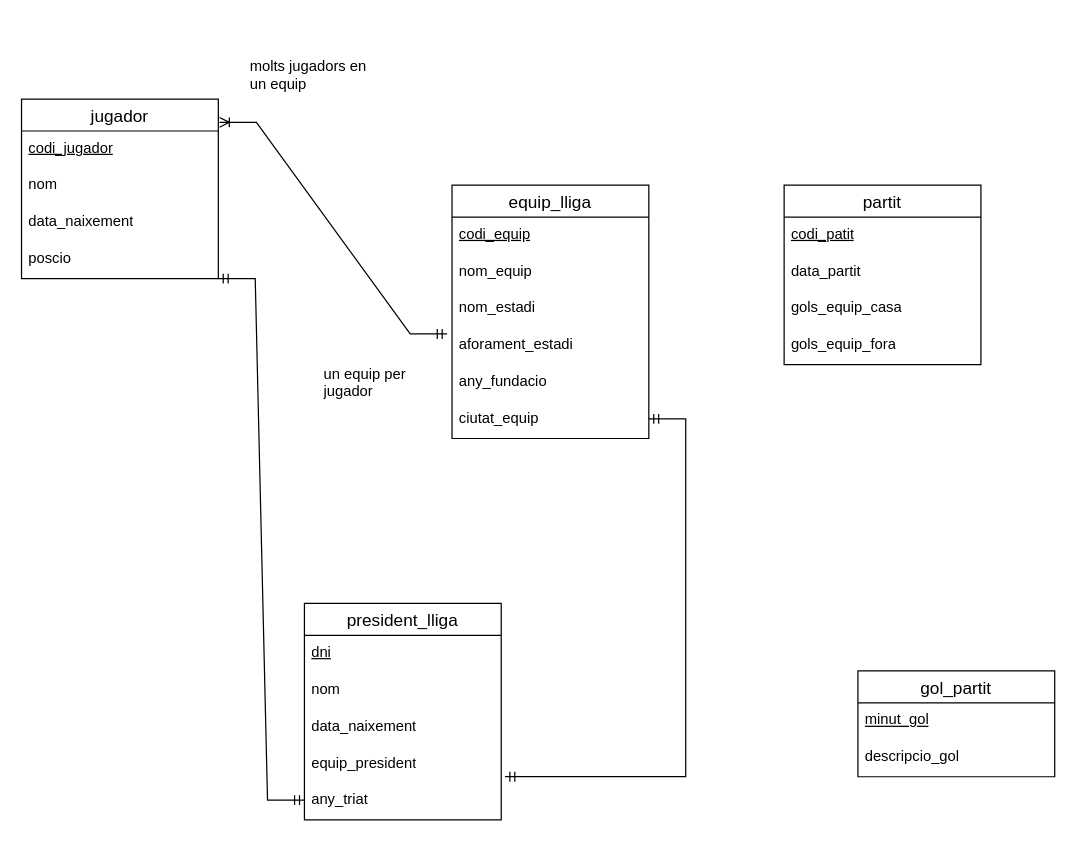
Before: practicas.drawio in victor06-git/Progam_with_Victor, a draw.io diagram. Source tidied: cells renumbered, new cells numbered last; positions are measured from the earlier drawing's top-left corner, leaving out a move shared by most shapes. Both pictures are drawn from the tidied source at 123%, with x=0, y=0 at pixel (21, 49).
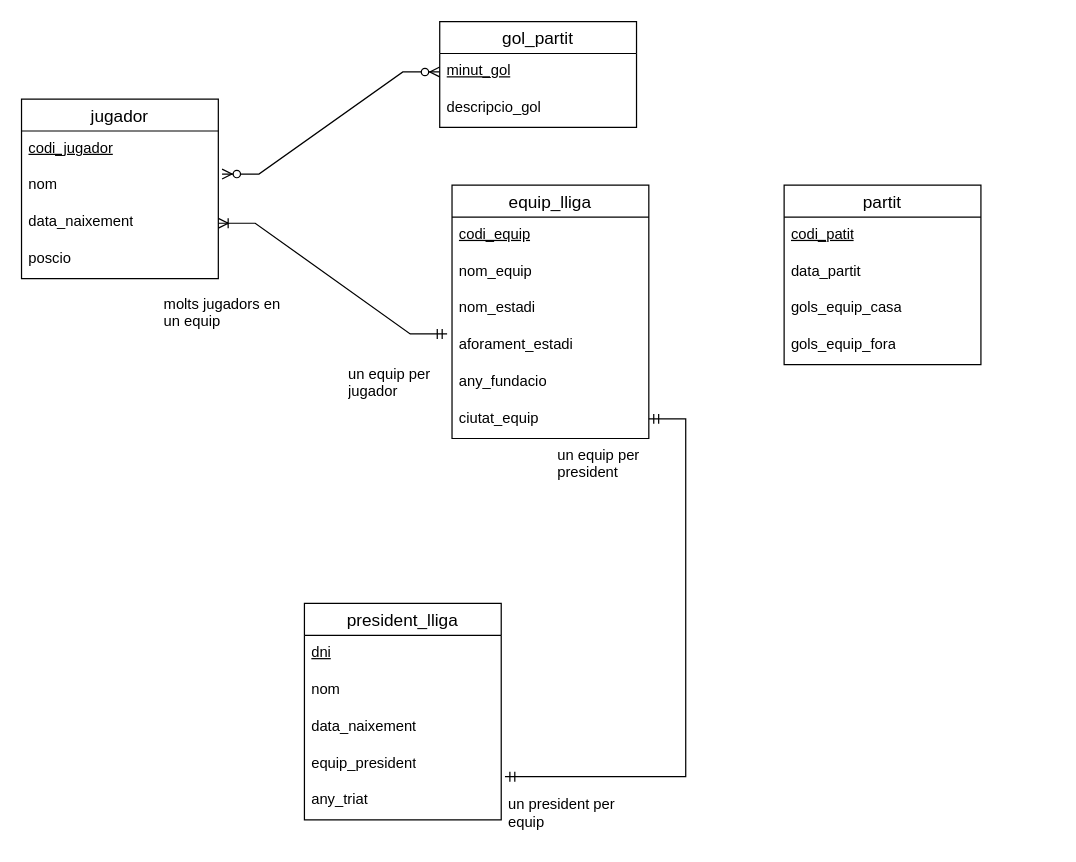
After the change.

Unchanged cells that the change refers to:
```xml
<mxCell id="2" value="jugador" style="swimlane;fontStyle=0;horizontal=1;startSize=26;align=center;fontSize=14;" parent="1" vertex="1">
  <mxGeometry y="40" width="160" height="146" as="geometry" />
</mxCell>
<mxCell id="3" value="&lt;u&gt;codi_jugador&lt;/u&gt;" style="text;strokeColor=none;fillColor=none;spacingLeft=4;spacingRight=4;overflow=hidden;points=[[0,0.5],[1,0.5]];portConstraint=eastwest;fontSize=12;whiteSpace=wrap;html=1;" parent="2" vertex="1">
  <mxGeometry y="26" width="160" height="30" as="geometry" />
</mxCell>
<mxCell id="5" value="data_naixement" style="text;strokeColor=none;fillColor=none;spacingLeft=4;spacingRight=4;overflow=hidden;points=[[0,0.5],[1,0.5]];portConstraint=eastwest;fontSize=12;whiteSpace=wrap;html=1;" parent="2" vertex="1">
  <mxGeometry y="86" width="160" height="30" as="geometry" />
</mxCell>
<mxCell id="6" value="poscio" style="text;strokeColor=none;fillColor=none;spacingLeft=4;spacingRight=4;overflow=hidden;points=[[0,0.5],[1,0.5]];portConstraint=eastwest;fontSize=12;whiteSpace=wrap;html=1;" parent="2" vertex="1">
  <mxGeometry y="116" width="160" height="30" as="geometry" />
</mxCell>
<mxCell id="11" value="aforament_estadi" style="text;strokeColor=none;fillColor=none;spacingLeft=4;spacingRight=4;overflow=hidden;points=[[0,0.5],[1,0.5]];portConstraint=eastwest;fontSize=12;whiteSpace=wrap;html=1;" parent="7" vertex="1">
  <mxGeometry y="116" width="160" height="30" as="geometry" />
</mxCell>
<mxCell id="20" value="&lt;u&gt;minut_gol&lt;/u&gt;" style="text;strokeColor=none;fillColor=none;spacingLeft=4;spacingRight=4;overflow=hidden;points=[[0,0.5],[1,0.5]];portConstraint=eastwest;fontSize=12;whiteSpace=wrap;html=1;" parent="19" vertex="1">
  <mxGeometry y="26" width="160" height="30" as="geometry" />
</mxCell>
```

What changed in the source:
```diff
@@
     <mxCell id="19" value="gol_partit" style="swimlane;fontStyle=0;horizontal=1;startSize=26;align=center;fontSize=14;" parent="1" vertex="1">
-      <mxGeometry x="680" y="505" width="160" height="86" as="geometry" />
+      <mxGeometry x="340" y="-23" width="160" height="86" as="geometry" />
     </mxCell>
@@
-    <mxCell id="28" style="edgeStyle=entityRelationEdgeStyle;fontSize=12;html=1;endArrow=ERmandOne;startArrow=ERmandOne;rounded=0;exitX=1;exitY=1;exitDx=0;exitDy=0;exitPerimeter=0;" parent="1" edge="1" source="6">
-      <mxGeometry relative="1" as="geometry">
-        <mxPoint x="230" y="610" as="targetPoint" />
-        <Array as="points">
-          <mxPoint x="260" y="350" />
-          <mxPoint x="190" y="380" />
-        </Array>
-      </mxGeometry>
-    </mxCell>
-    <mxCell id="29" style="edgeStyle=entityRelationEdgeStyle;fontSize=12;html=1;endArrow=ERoneToMany;startArrow=ERmandOne;rounded=0;exitX=-0.025;exitY=0.167;exitDx=0;exitDy=0;entryX=1.006;entryY=0.13;entryDx=0;entryDy=0;exitPerimeter=0;entryPerimeter=0;" parent="1" edge="1" source="11" target="2">
+    <mxCell id="29" style="edgeStyle=entityRelationEdgeStyle;fontSize=12;html=1;endArrow=ERoneToMany;startArrow=ERmandOne;rounded=0;exitX=-0.025;exitY=0.167;exitDx=0;exitDy=0;entryX=1;entryY=0.5;entryDx=0;entryDy=0;exitPerimeter=0;" parent="1" edge="1" source="11" target="5">
       <mxGeometry relative="1" as="geometry" />
     </mxCell>
@@
     <mxCell id="31" value="molts jugadors en un equip" style="text;strokeColor=none;fillColor=none;spacingLeft=4;spacingRight=4;overflow=hidden;fontSize=12;whiteSpace=wrap;html=1;" parent="1" vertex="1">
-      <mxGeometry x="180" width="120" height="40" as="geometry" />
+      <mxGeometry x="110" y="193" width="120" height="40" as="geometry" />
     </mxCell>
     <mxCell id="32" value="un equip per jugador" style="text;strokeColor=none;fillColor=none;spacingLeft=4;spacingRight=4;overflow=hidden;fontSize=12;whiteSpace=wrap;html=1;" parent="1" vertex="1">
-      <mxGeometry x="240" y="250" width="120" height="40" as="geometry" />
+      <mxGeometry x="260" y="250" width="120" height="40" as="geometry" />
     </mxCell>
+    <mxCell id="33" style="edgeStyle=entityRelationEdgeStyle;fontSize=12;html=1;endArrow=ERzeroToMany;endFill=1;startArrow=ERzeroToMany;rounded=0;exitX=1.019;exitY=1.167;exitDx=0;exitDy=0;exitPerimeter=0;entryX=0;entryY=0.5;entryDx=0;entryDy=0;" parent="1" edge="1" source="3" target="20">
+      <mxGeometry relative="1" as="geometry" />
+    </mxCell>
+    <mxCell id="34" value="un president per equip" style="text;strokeColor=none;fillColor=none;spacingLeft=4;spacingRight=4;overflow=hidden;fontSize=12;whiteSpace=wrap;html=1;" parent="1" vertex="1">
+      <mxGeometry x="390" y="600" width="120" height="40" as="geometry" />
+    </mxCell>
+    <mxCell id="35" value="un equip per president" style="text;strokeColor=none;fillColor=none;spacingLeft=4;spacingRight=4;overflow=hidden;fontSize=12;whiteSpace=wrap;html=1;" parent="1" vertex="1">
+      <mxGeometry x="430" y="316" width="120" height="40" as="geometry" />
+    </mxCell>
```
